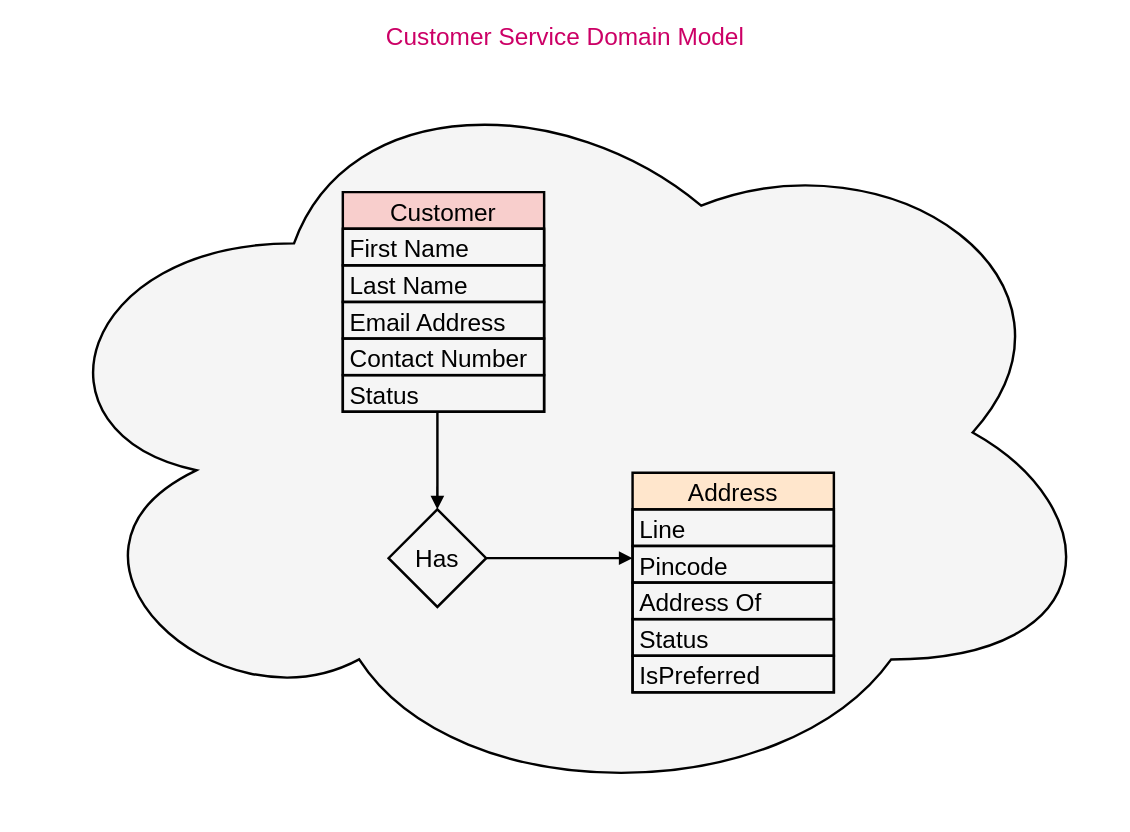
dudhwalas/dudhwala keeps this draw.io diagram as docs/diagram/customer_service_domain_model.drawio. Above is the earlier version. Source tidied: cells renumbered, new cells numbered last; positions are measured from the earlier drawing's top-left corner, leaving out a move shared by most shapes. Both pictures are drawn from the tidied source at 122%, with x=0, y=0 at pixel (22, 54).
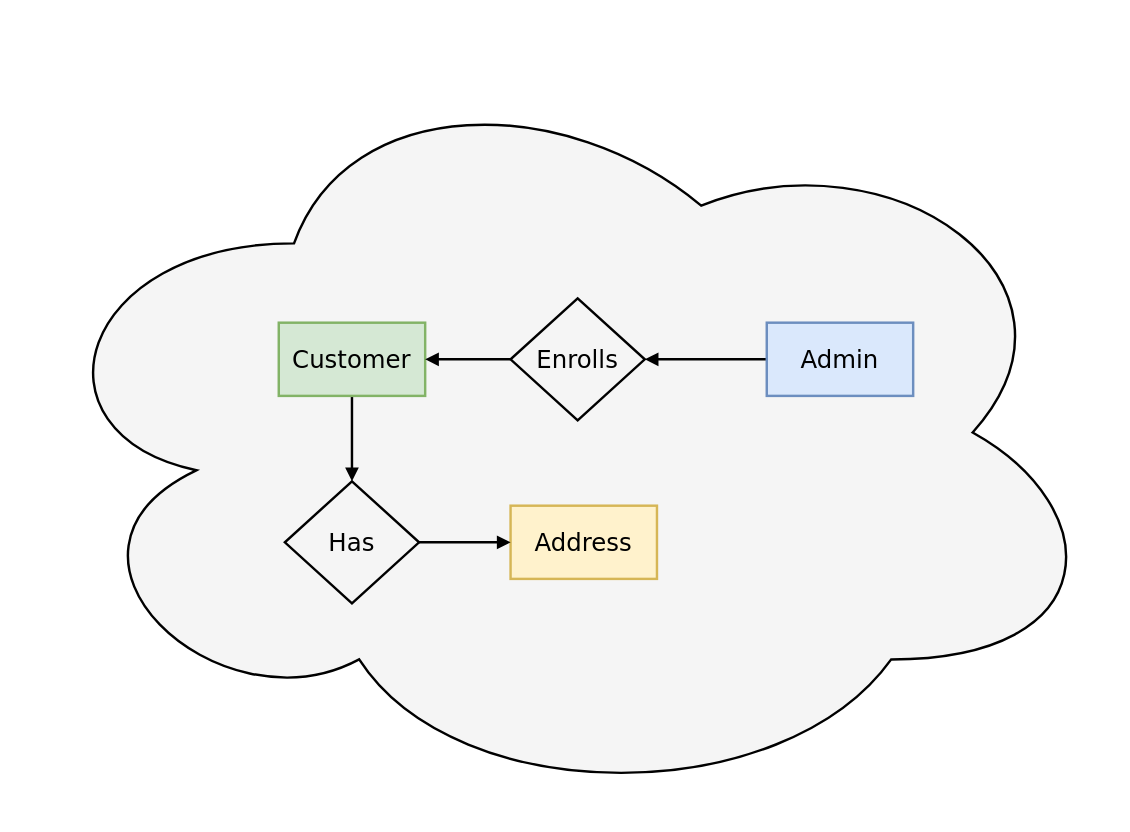
The same page after the edit.

Commit message (it also covers changes not shown here):
added product catalog service specs

The edit, as a diff of the source:
```diff
@@
 <mxGraphModel>
   <root>
     <mxCell id="0" />
     <mxCell id="1" parent="0" />
-    <mxCell id="2" value="Customer Service Domain Model" style="ellipse;shape=cloud;whiteSpace=wrap;html=1;fillColor=#f5f5f5;fontColor=#CC0066;strokeColor=#000000;strokeWidth=2;labelPosition=center;verticalLabelPosition=top;align=center;verticalAlign=bottom;fontSize=20;" parent="1" vertex="1">
+    <mxCell id="2" style="ellipse;shape=cloud;whiteSpace=wrap;html=1;fillColor=#f5f5f5;fontColor=#CC0066;strokeColor=#000000;strokeWidth=2;labelPosition=center;verticalLabelPosition=top;align=center;verticalAlign=bottom;fontSize=20;" parent="1" vertex="1">
       <mxGeometry width="890" height="620" as="geometry" />
     </mxCell>
-    <mxCell id="3" value="Customer" style="swimlane;fontStyle=0;horizontal=1;startSize=30;fillColor=#f8cecc;strokeColor=#000000;fontSize=20;strokeWidth=2;" parent="1" vertex="1">
-      <mxGeometry x="262.5" y="113" width="165" height="180" as="geometry" />
-    </mxCell>
-    <mxCell id="4" value="First Name" style="text;strokeColor=#000000;fillColor=none;align=left;verticalAlign=middle;spacingLeft=4;spacingRight=4;overflow=hidden;fontSize=20;strokeWidth=2;" parent="3" vertex="1">
-      <mxGeometry y="30" width="165" height="30" as="geometry" />
-    </mxCell>
-    <mxCell id="5" value="Last Name" style="text;strokeColor=#000000;fillColor=none;align=left;verticalAlign=middle;spacingLeft=4;spacingRight=4;overflow=hidden;fontSize=20;strokeWidth=2;" parent="3" vertex="1">
-      <mxGeometry y="60" width="165" height="30" as="geometry" />
-    </mxCell>
-    <mxCell id="6" value="Email Address" style="text;strokeColor=#000000;fillColor=none;align=left;verticalAlign=middle;spacingLeft=4;spacingRight=4;overflow=hidden;fontSize=20;strokeWidth=2;" parent="3" vertex="1">
-      <mxGeometry y="90" width="165" height="30" as="geometry" />
-    </mxCell>
-    <mxCell id="7" value="Contact Number" style="text;strokeColor=#000000;fillColor=none;align=left;verticalAlign=middle;spacingLeft=4;spacingRight=4;overflow=hidden;fontSize=20;strokeWidth=2;" parent="3" vertex="1">
-      <mxGeometry y="120" width="165" height="30" as="geometry" />
-    </mxCell>
-    <mxCell id="8" value="Status" style="text;strokeColor=#000000;fillColor=none;align=left;verticalAlign=middle;spacingLeft=4;spacingRight=4;overflow=hidden;points=[[0,0.5],[1,0.5]];portConstraint=eastwest;fontSize=20;strokeWidth=2;" parent="3" vertex="1">
-      <mxGeometry y="150" width="165" height="30" as="geometry" />
-    </mxCell>
+    <mxCell id="18" style="edgeStyle=none;html=1;exitX=0.5;exitY=1;exitDx=0;exitDy=0;entryX=0.5;entryY=0;entryDx=0;entryDy=0;strokeWidth=2;endArrow=block;endFill=1;" parent="1" edge="1" source="14" target="15">
+      <mxGeometry relative="1" as="geometry" />
+    </mxCell>
+    <mxCell id="14" value="Customer" style="rounded=0;whiteSpace=wrap;html=1;labelBackgroundColor=none;labelBorderColor=none;spacing=0;fontSize=20;fillColor=#d5e8d4;strokeColor=#82b366;sketch=0;glass=0;fontFamily=Verdana;strokeWidth=2;" parent="1" vertex="1">
+      <mxGeometry x="210" y="220" width="120" height="60" as="geometry" />
+    </mxCell>
-    <mxCell id="9" value="Address" style="swimlane;fontStyle=0;horizontal=1;startSize=30;fillColor=#ffe6cc;strokeColor=#000000;fontSize=20;strokeWidth=2;" parent="1" vertex="1">
-      <mxGeometry x="500" y="343" width="165" height="180" as="geometry" />
+    <mxCell id="9" value="Address" style="rounded=0;whiteSpace=wrap;html=1;labelBackgroundColor=none;labelBorderColor=none;spacing=0;fontSize=20;fillColor=#fff2cc;strokeColor=#d6b656;sketch=0;glass=0;fontFamily=Verdana;strokeWidth=2;" parent="1" vertex="1">
+      <mxGeometry x="400" y="370" width="120" height="60" as="geometry" />
     </mxCell>
-    <mxCell id="10" value="Line" style="text;strokeColor=#000000;fillColor=none;align=left;verticalAlign=middle;spacingLeft=4;spacingRight=4;overflow=hidden;fontSize=20;strokeWidth=2;" parent="9" vertex="1">
-      <mxGeometry y="30" width="165" height="30" as="geometry" />
-    </mxCell>
-    <mxCell id="11" value="Pincode" style="text;strokeColor=#000000;fillColor=none;align=left;verticalAlign=middle;spacingLeft=4;spacingRight=4;overflow=hidden;fontSize=20;strokeWidth=2;" parent="9" vertex="1">
-      <mxGeometry y="60" width="165" height="30" as="geometry" />
-    </mxCell>
-    <mxCell id="12" value="Address Of" style="text;strokeColor=#000000;fillColor=none;align=left;verticalAlign=middle;spacingLeft=4;spacingRight=4;overflow=hidden;fontSize=20;strokeWidth=2;" parent="9" vertex="1">
-      <mxGeometry y="90" width="165" height="30" as="geometry" />
-    </mxCell>
-    <mxCell id="13" value="Status" style="text;strokeColor=#000000;fillColor=none;align=left;verticalAlign=middle;spacingLeft=4;spacingRight=4;overflow=hidden;fontSize=20;strokeWidth=2;" parent="9" vertex="1">
-      <mxGeometry y="120" width="165" height="30" as="geometry" />
-    </mxCell>
-    <mxCell id="14" value="IsPreferred " style="text;strokeColor=#000000;fillColor=none;align=left;verticalAlign=middle;spacingLeft=4;spacingRight=4;overflow=hidden;points=[[0,0.5],[1,0.5]];portConstraint=eastwest;fontSize=20;strokeWidth=2;" parent="9" vertex="1">
-      <mxGeometry y="150" width="165" height="30" as="geometry" />
-    </mxCell>
+    <mxCell id="19" style="edgeStyle=none;html=1;exitX=0;exitY=0.5;exitDx=0;exitDy=0;entryX=1;entryY=0.5;entryDx=0;entryDy=0;strokeWidth=2;endArrow=block;endFill=1;" parent="1" edge="1" source="20" target="22">
+      <mxGeometry relative="1" as="geometry" />
+    </mxCell>
+    <mxCell id="20" value="Admin" style="rounded=0;whiteSpace=wrap;html=1;labelBackgroundColor=none;labelBorderColor=none;spacing=0;fontSize=20;fillColor=#dae8fc;strokeColor=#6c8ebf;sketch=0;glass=0;fontFamily=Verdana;strokeWidth=2;" parent="1" vertex="1">
+      <mxGeometry x="610" y="220" width="120" height="60" as="geometry" />
+    </mxCell>
+    <mxCell id="21" style="edgeStyle=none;html=1;exitX=0;exitY=0.5;exitDx=0;exitDy=0;entryX=1;entryY=0.5;entryDx=0;entryDy=0;strokeWidth=2;endArrow=block;endFill=1;" parent="1" edge="1" source="22" target="14">
+      <mxGeometry relative="1" as="geometry" />
+    </mxCell>
+    <mxCell id="22" value="Enrolls" style="rhombus;whiteSpace=wrap;html=1;fontSize=20;fillColor=none;strokeWidth=2;strokeColor=#000000;fontFamily=Verdana;" parent="1" vertex="1">
+      <mxGeometry x="400" y="200" width="110" height="100" as="geometry" />
+    </mxCell>
+    <mxCell id="23" style="edgeStyle=none;html=1;exitX=1;exitY=0.5;exitDx=0;exitDy=0;strokeWidth=2;endArrow=block;endFill=1;" parent="1" edge="1" source="15" target="9">
+      <mxGeometry relative="1" as="geometry" />
+    </mxCell>
-    <mxCell id="15" value="Has" style="rhombus;whiteSpace=wrap;html=1;fontSize=20;fillColor=none;strokeWidth=2;strokeColor=#000000;" parent="1" vertex="1">
-      <mxGeometry x="300" y="373" width="80" height="80" as="geometry" />
+    <mxCell id="15" value="Has" style="rhombus;whiteSpace=wrap;html=1;fontSize=20;fillColor=none;strokeWidth=2;strokeColor=#000000;fontFamily=Verdana;" parent="1" vertex="1">
+      <mxGeometry x="215" y="350" width="110" height="100" as="geometry" />
     </mxCell>
-    <mxCell id="16" style="edgeStyle=none;html=1;exitX=0.47;exitY=1;exitDx=0;exitDy=0;entryX=0.5;entryY=0;entryDx=0;entryDy=0;fontSize=20;exitPerimeter=0;endArrow=block;endFill=1;strokeWidth=2;strokeColor=#000000;" parent="1" edge="1" source="8" target="15">
-      <mxGeometry relative="1" as="geometry" />
-    </mxCell>
-    <mxCell id="17" style="edgeStyle=none;html=1;exitX=1;exitY=0.5;exitDx=0;exitDy=0;fontSize=20;endArrow=block;endFill=1;strokeWidth=2;strokeColor=#000000;" parent="1" edge="1" source="15">
-      <mxGeometry relative="1" as="geometry">
-        <mxPoint x="500" y="413" as="targetPoint" />
-      </mxGeometry>
-    </mxCell>
   </root>
 </mxGraphModel>
```
